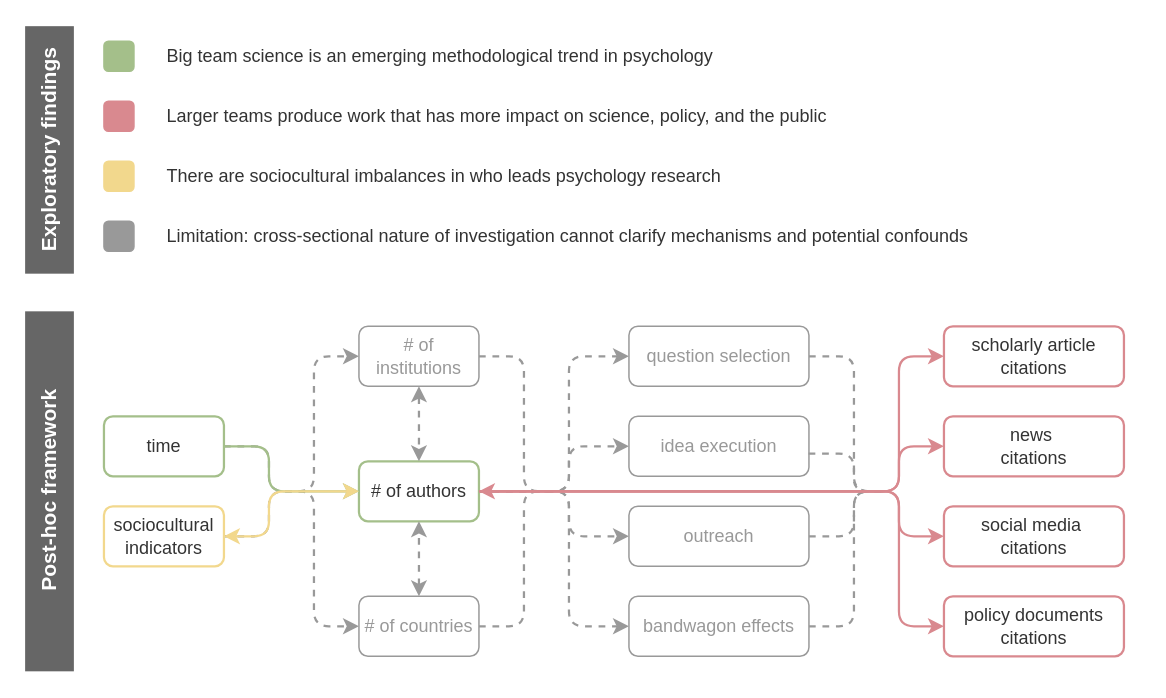
Social-Science-Collaboratory/btpsych keeps this draw.io diagram as admin/btpsych24a.drawio. Above is the earlier version. Source tidied: cells renumbered, new cells numbered last; positions are measured from the earlier drawing's top-left corner, leaving out a move shared by most shapes. Both pictures are drawn from the tidied source at 150%, with x=0, y=0 at pixel (-132, 40).
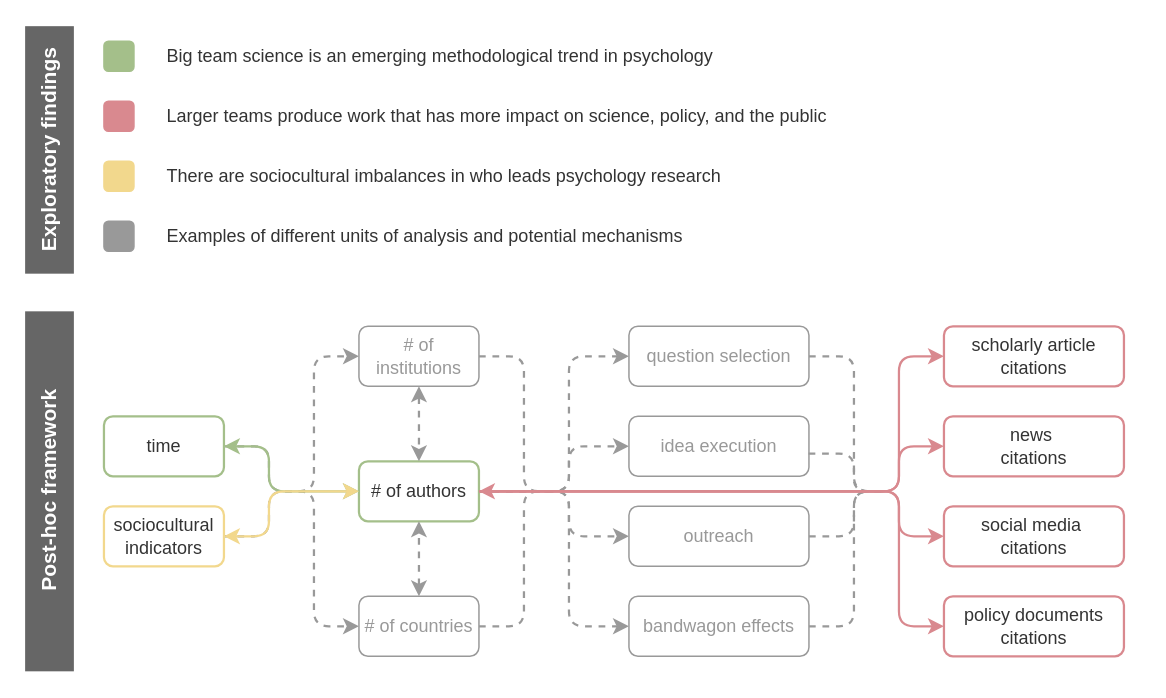
After the change.

Unchanged cells that the change refers to:
```xml
<mxCell id="3" value="time" style="text;html=1;align=center;verticalAlign=middle;whiteSpace=wrap;rounded=1;strokeColor=#A4BF8A;fillColor=default;strokeWidth=1.5;fontColor=#333333;" parent="1" vertex="1">
  <mxGeometry x="156.8" y="250" width="80" height="40" as="geometry" />
</mxCell>
<mxCell id="8" value="# of authors" style="text;html=1;align=center;verticalAlign=middle;whiteSpace=wrap;rounded=1;strokeColor=#A4BF8A;fillColor=default;strokeWidth=1.5;fontColor=#333333;" parent="1" vertex="1">
  <mxGeometry x="326.8" y="280" width="80" height="40" as="geometry" />
</mxCell>
```

Diff of the diagram source:
```diff
@@
-    <mxCell id="33" style="edgeStyle=orthogonalEdgeStyle;rounded=1;jettySize=auto;html=1;exitX=1;exitY=0.5;exitDx=0;exitDy=0;entryX=0;entryY=0.5;entryDx=0;entryDy=0;curved=0;strokeColor=#A4BF8A;strokeWidth=1.5;" parent="1" edge="1" source="3" target="8">
+    <mxCell id="33" style="edgeStyle=orthogonalEdgeStyle;rounded=1;jettySize=auto;html=1;exitX=1;exitY=0.5;exitDx=0;exitDy=0;entryX=0;entryY=0.5;entryDx=0;entryDy=0;curved=0;strokeColor=#A4BF8A;strokeWidth=1.5;startArrow=classic;startFill=1;" parent="1" edge="1" source="3" target="8">
       <mxGeometry relative="1" as="geometry">
         <Array as="points">
           <mxPoint x="266.8" y="270" />
           <mxPoint x="266.8" y="300" />
         </Array>
       </mxGeometry>
     </mxCell>
@@
-    <mxCell id="41" value="Limitation: cross-sectional nature of investigation cannot clarify mechanisms and potential confounds" style="text;html=1;align=left;verticalAlign=middle;whiteSpace=wrap;rounded=0;fontColor=#333333;" parent="1" vertex="1">
+    <mxCell id="41" value="Examples of different units of analysis and potential mechanisms" style="text;html=1;align=left;verticalAlign=middle;whiteSpace=wrap;rounded=0;fontColor=#333333;" parent="1" vertex="1">
       <mxGeometry x="196.8" y="120" width="650" height="20" as="geometry" />
     </mxCell>
```
